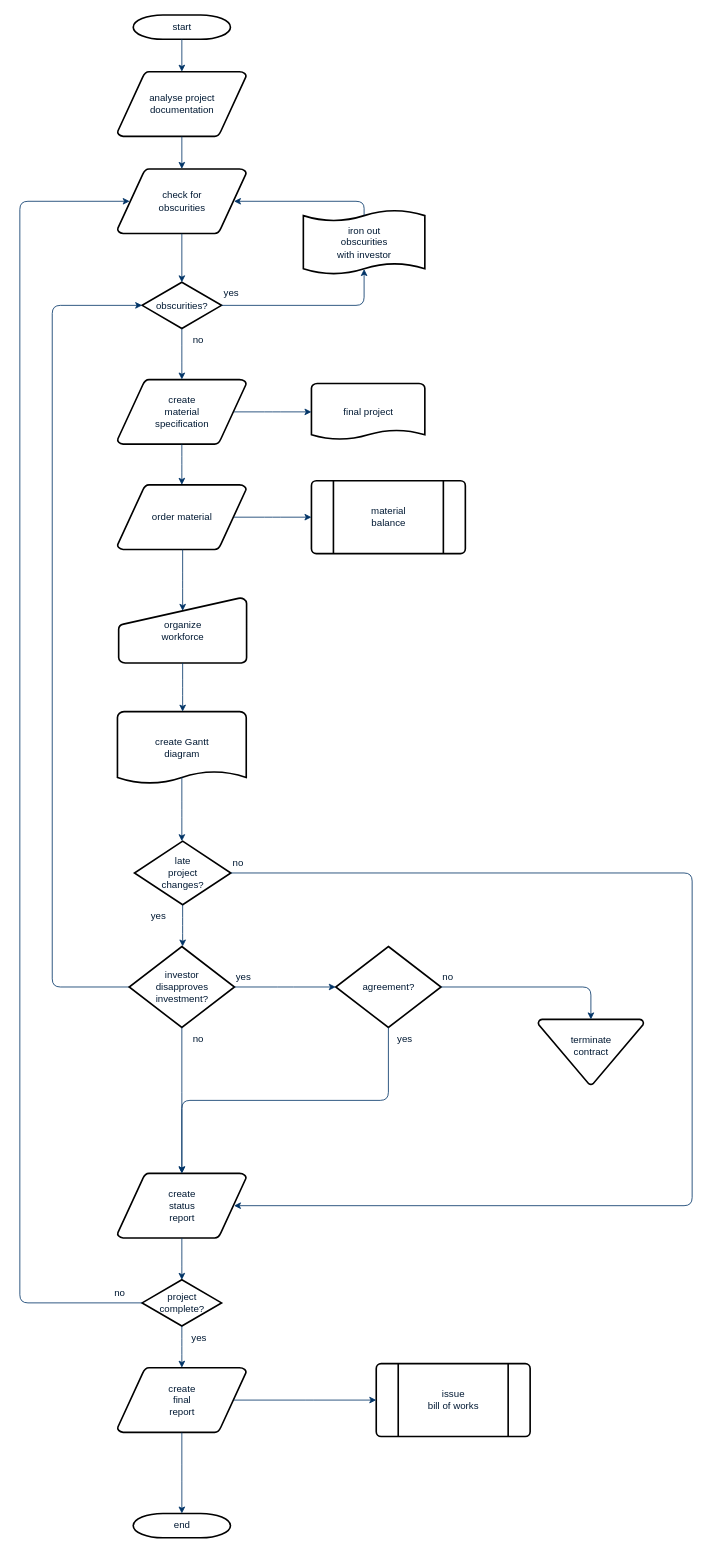
This is batch downloader.drawio from qiaoqiaoxiong/diagram, a draw.io file, before an edit. Source tidied: cells renumbered, new cells numbered last; positions are measured from the earlier drawing's top-left corner, leaving out a move shared by most shapes. Both pictures are drawn from the tidied source at 81%, with x=0, y=0 at pixel (19, 15).
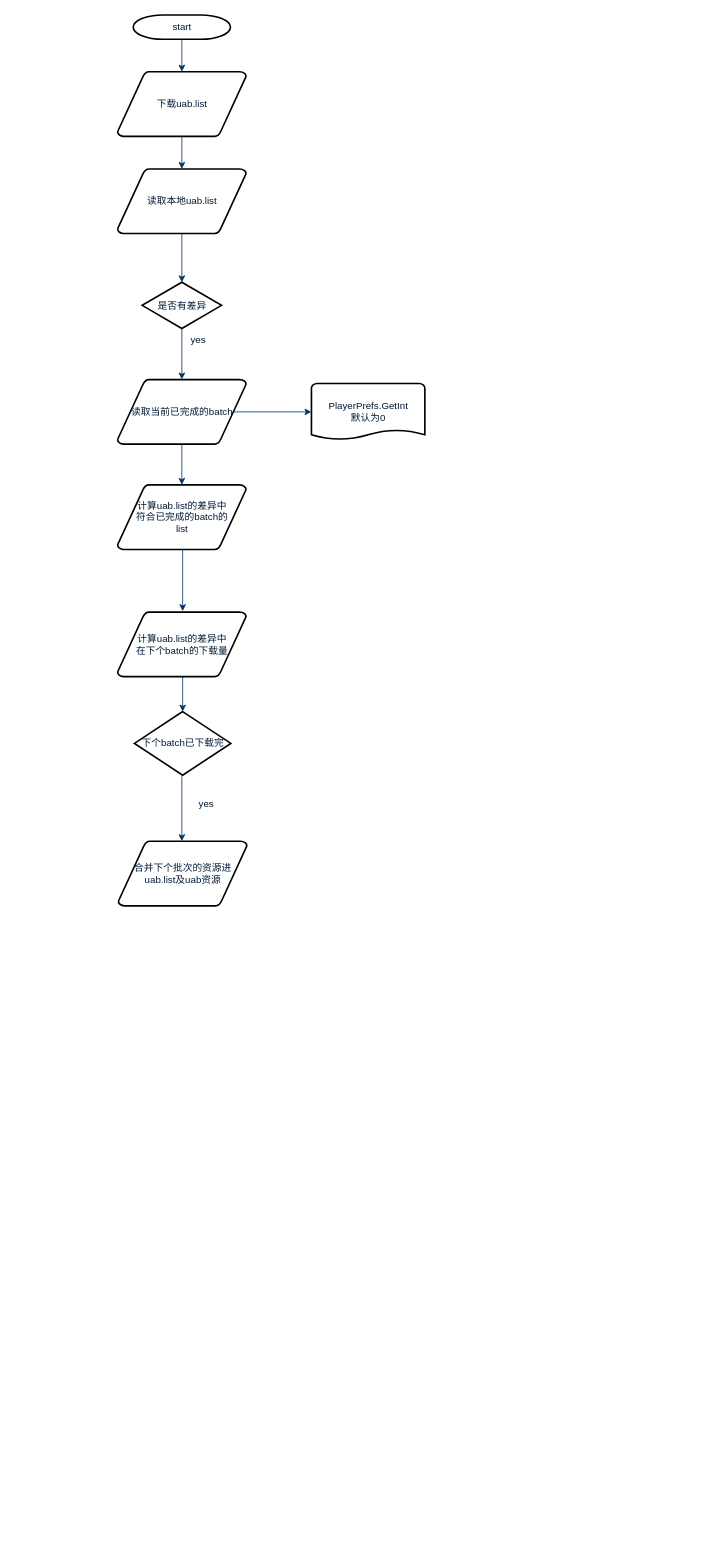
The same page after the edit.

What changed in the source:
```diff
@@
-    <mxCell id="3" value="analyse project&#10; documentation" style="shape=mxgraph.flowchart.data;fillColor=#FFFFFF;strokeColor=#000000;strokeWidth=2;gradientColor=none;gradientDirection=north;fontColor=#001933;fontStyle=0;html=1;" parent="1" vertex="1">
+    <mxCell id="3" value="下载uab.list" style="shape=mxgraph.flowchart.data;fillColor=#FFFFFF;strokeColor=#000000;strokeWidth=2;gradientColor=none;gradientDirection=north;fontColor=#001933;fontStyle=0;html=1;" parent="1" vertex="1">
       <mxGeometry x="120.5" y="70" width="159" height="80" as="geometry" />
     </mxCell>
-    <mxCell id="4" value="create&#10;material&#10;specification" style="shape=mxgraph.flowchart.data;fillColor=#FFFFFF;strokeColor=#000000;strokeWidth=2;gradientColor=none;gradientDirection=north;fontColor=#001933;fontStyle=0;html=1;" parent="1" vertex="1">
+    <mxCell id="4" value="读取当前已完成的batch" style="shape=mxgraph.flowchart.data;fillColor=#FFFFFF;strokeColor=#000000;strokeWidth=2;gradientColor=none;gradientDirection=north;fontColor=#001933;fontStyle=0;html=1;" parent="1" vertex="1">
       <mxGeometry x="120.5" y="450" width="159" height="80" as="geometry" />
     </mxCell>
-    <mxCell id="5" value="check for&#10;obscurities" style="shape=mxgraph.flowchart.data;fillColor=#FFFFFF;strokeColor=#000000;strokeWidth=2;gradientColor=none;gradientDirection=north;fontColor=#001933;fontStyle=0;html=1;" parent="1" vertex="1">
+    <mxCell id="5" value="读取本地uab.list" style="shape=mxgraph.flowchart.data;fillColor=#FFFFFF;strokeColor=#000000;strokeWidth=2;gradientColor=none;gradientDirection=north;fontColor=#001933;fontStyle=0;html=1;" parent="1" vertex="1">
       <mxGeometry x="120.5" y="190" width="159" height="80" as="geometry" />
     </mxCell>
-    <mxCell id="6" value="obscurities?" style="shape=mxgraph.flowchart.decision;fillColor=#FFFFFF;strokeColor=#000000;strokeWidth=2;gradientColor=none;gradientDirection=north;fontColor=#001933;fontStyle=0;html=1;" parent="1" vertex="1">
+    <mxCell id="6" value="是否有差异" style="shape=mxgraph.flowchart.decision;fillColor=#FFFFFF;strokeColor=#000000;strokeWidth=2;gradientColor=none;gradientDirection=north;fontColor=#001933;fontStyle=0;html=1;" parent="1" vertex="1">
       <mxGeometry x="151" y="330" width="98" height="57" as="geometry" />
     </mxCell>
@@
-    <mxCell id="10" style="edgeStyle=elbowEdgeStyle;elbow=horizontal;entryX=0.5;entryY=0.91;entryPerimeter=0;exitX=1;exitY=0.5;exitPerimeter=0;fontColor=#001933;fontStyle=1;strokeColor=#003366;strokeWidth=1;html=1;" parent="1" edge="1" source="6" target="51">
-      <mxGeometry x="381" y="28.5" as="geometry">
-        <Array as="points">
-          <mxPoint x="425" y="340" />
-        </Array>
-      </mxGeometry>
-    </mxCell>
-    <mxCell id="11" value="yes" style="text;fontColor=#001933;fontStyle=0;html=1;strokeColor=none;gradientColor=none;fillColor=none;strokeWidth=2;" parent="1" vertex="1">
-      <mxGeometry x="250" y="330" width="40" height="26" as="geometry" />
-    </mxCell>
@@
-    <mxCell id="13" value="order material" style="shape=mxgraph.flowchart.data;fillColor=#FFFFFF;strokeColor=#000000;strokeWidth=2;gradientColor=none;gradientDirection=north;fontColor=#001933;fontStyle=0;html=1;" parent="1" vertex="1">
+    <mxCell id="13" value="计算uab.list的差异中&lt;br&gt;符合已完成的batch的&lt;br&gt;list" style="shape=mxgraph.flowchart.data;fillColor=#FFFFFF;strokeColor=#000000;strokeWidth=2;gradientColor=none;gradientDirection=north;fontColor=#001933;fontStyle=0;html=1;" parent="1" vertex="1">
       <mxGeometry x="120.5" y="580" width="159" height="80" as="geometry" />
     </mxCell>
-    <mxCell id="14" value="no" style="text;fontColor=#001933;fontStyle=0;html=1;strokeColor=none;gradientColor=none;fillColor=none;strokeWidth=2;align=center;" parent="1" vertex="1">
+    <mxCell id="14" value="yes" style="text;fontColor=#001933;fontStyle=0;html=1;strokeColor=none;gradientColor=none;fillColor=none;strokeWidth=2;align=center;" parent="1" vertex="1">
       <mxGeometry x="200" y="387" width="40" height="26" as="geometry" />
     </mxCell>
-    <mxCell id="15" value="final project" style="shape=mxgraph.flowchart.document;fillColor=#FFFFFF;strokeColor=#000000;strokeWidth=2;gradientColor=none;gradientDirection=north;fontColor=#001933;fontStyle=0;html=1;" parent="1" vertex="1">
+    <mxCell id="15" value="PlayerPrefs.GetInt&lt;br&gt;默认为0" style="shape=mxgraph.flowchart.document;fillColor=#FFFFFF;strokeColor=#000000;strokeWidth=2;gradientColor=none;gradientDirection=north;fontColor=#001933;fontStyle=0;html=1;" parent="1" vertex="1">
       <mxGeometry x="360" y="455" width="140" height="70" as="geometry" />
     </mxCell>
@@
-    <mxCell id="18" value="material&#10;balance" style="shape=mxgraph.flowchart.predefined_process;fillColor=#FFFFFF;strokeColor=#000000;strokeWidth=2;gradientColor=none;gradientDirection=north;fontColor=#001933;fontStyle=0;html=1;" parent="1" vertex="1">
-      <mxGeometry x="360" y="575" width="190" height="90" as="geometry" />
-    </mxCell>
-    <mxCell id="19" style="edgeStyle=elbowEdgeStyle;elbow=horizontal;exitX=0.905;exitY=0.5;exitPerimeter=0;fontColor=#001933;fontStyle=1;strokeColor=#003366;strokeWidth=1;html=1;" parent="1" edge="1" source="13" target="18">
-      <mxGeometry as="geometry" />
-    </mxCell>
-    <mxCell id="20" value="organize &#10;workforce" style="shape=mxgraph.flowchart.manual_input;fillColor=#FFFFFF;strokeColor=#000000;strokeWidth=2;gradientColor=none;gradientDirection=north;fontColor=#001933;fontStyle=0;html=1;" parent="1" vertex="1">
-      <mxGeometry x="122" y="720" width="158" height="80" as="geometry" />
-    </mxCell>
-    <mxCell id="21" style="edgeStyle=elbowEdgeStyle;elbow=horizontal;entryX=0.5;entryY=0.195;entryPerimeter=0;fontColor=#001933;fontStyle=1;strokeColor=#003366;strokeWidth=1;html=1;" parent="1" edge="1" source="13" target="20">
-      <mxGeometry as="geometry" />
+    <mxCell id="21" style="edgeStyle=elbowEdgeStyle;elbow=horizontal;entryX=0.5;entryY=0.195;entryPerimeter=0;fontColor=#001933;fontStyle=1;strokeColor=#003366;strokeWidth=1;html=1;" parent="1" edge="1" source="13">
+      <mxGeometry as="geometry">
+        <mxPoint x="201" y="736" as="targetPoint" />
+      </mxGeometry>
     </mxCell>
-    <mxCell id="22" value="create Gantt&#10;diagram" style="shape=mxgraph.flowchart.document;fillColor=#FFFFFF;strokeColor=#000000;strokeWidth=2;gradientColor=none;gradientDirection=north;fontColor=#001933;fontStyle=0;html=1;" parent="1" vertex="1">
-      <mxGeometry x="120.5" y="860" width="159" height="90" as="geometry" />
-    </mxCell>
-    <mxCell id="23" style="edgeStyle=elbowEdgeStyle;elbow=horizontal;exitX=0.5;exitY=1;exitPerimeter=0;fontColor=#001933;fontStyle=1;strokeColor=#003366;strokeWidth=1;html=1;" parent="1" edge="1" source="20" target="22">
-      <mxGeometry as="geometry" />
+    <mxCell id="23" style="edgeStyle=elbowEdgeStyle;elbow=horizontal;exitX=0.5;exitY=1;exitPerimeter=0;fontColor=#001933;fontStyle=1;strokeColor=#003366;strokeWidth=1;html=1;" parent="1" edge="1">
+      <mxGeometry as="geometry">
+        <mxPoint x="201" y="800" as="sourcePoint" />
+        <mxPoint x="201" y="860" as="targetPoint" />
+      </mxGeometry>
     </mxCell>
-    <mxCell id="24" value="late&#10;project&#10;changes?" style="shape=mxgraph.flowchart.decision;fillColor=#FFFFFF;strokeColor=#000000;strokeWidth=2;gradientColor=none;gradientDirection=north;fontColor=#001933;fontStyle=0;html=1;" parent="1" vertex="1">
-      <mxGeometry x="141.5" y="1020" width="119" height="78.5" as="geometry" />
-    </mxCell>
-    <mxCell id="25" style="edgeStyle=elbowEdgeStyle;elbow=horizontal;exitX=0.5;exitY=0.9;exitPerimeter=0;fontColor=#001933;fontStyle=1;strokeColor=#003366;strokeWidth=1;html=1;" parent="1" edge="1" source="22" target="24">
-      <mxGeometry as="geometry" />
+    <mxCell id="25" style="edgeStyle=elbowEdgeStyle;elbow=horizontal;fontColor=#001933;fontStyle=1;strokeColor=#003366;strokeWidth=1;html=1;" parent="1" edge="1">
+      <mxGeometry as="geometry">
+        <mxPoint x="200" y="940" as="sourcePoint" />
+        <mxPoint x="200" y="1020" as="targetPoint" />
+      </mxGeometry>
     </mxCell>
-    <mxCell id="26" style="edgeStyle=elbowEdgeStyle;elbow=horizontal;exitX=0;exitY=0.5;exitPerimeter=0;entryX=0;entryY=0.5;entryPerimeter=0;fontColor=#001933;fontStyle=1;strokeColor=#003366;strokeWidth=1;html=1;" parent="1" edge="1" source="28" target="6">
-      <mxGeometry as="geometry">
-        <Array as="points">
-          <mxPoint x="40" y="790" />
-        </Array>
-      </mxGeometry>
-    </mxCell>
-    <mxCell id="27" value="yes" style="text;fontColor=#001933;fontStyle=0;html=1;strokeColor=none;gradientColor=none;fillColor=none;strokeWidth=2;" parent="1" vertex="1">
-      <mxGeometry x="160" y="1098.5" width="40" height="26" as="geometry" />
-    </mxCell>
-    <mxCell id="28" value="investor&#10;disapproves&#10; investment?" style="shape=mxgraph.flowchart.decision;fillColor=#FFFFFF;strokeColor=#000000;strokeWidth=2;gradientColor=none;gradientDirection=north;fontColor=#001933;fontStyle=0;html=1;" parent="1" vertex="1">
-      <mxGeometry x="135" y="1150" width="130" height="100" as="geometry" />
-    </mxCell>
-    <mxCell id="29" value="agreement?" style="shape=mxgraph.flowchart.decision;fillColor=#FFFFFF;strokeColor=#000000;strokeWidth=2;gradientColor=none;gradientDirection=north;fontColor=#001933;fontStyle=0;html=1;" parent="1" vertex="1">
-      <mxGeometry x="390" y="1150" width="130" height="100" as="geometry" />
-    </mxCell>
-    <mxCell id="30" style="edgeStyle=elbowEdgeStyle;elbow=horizontal;exitX=0.5;exitY=1;exitPerimeter=0;fontColor=#001933;fontStyle=1;strokeColor=#003366;strokeWidth=1;html=1;" parent="1" edge="1" source="24" target="28">
-      <mxGeometry as="geometry" />
-    </mxCell>
-    <mxCell id="31" style="edgeStyle=elbowEdgeStyle;elbow=horizontal;exitX=1;exitY=0.5;exitPerimeter=0;entryX=0;entryY=0.5;entryPerimeter=0;fontColor=#001933;fontStyle=1;strokeColor=#003366;strokeWidth=1;html=1;" parent="1" edge="1" source="28" target="29">
-      <mxGeometry as="geometry" />
-    </mxCell>
-    <mxCell id="32" value="terminate&#10;contract&#10;" style="shape=mxgraph.flowchart.merge_or_storage;fillColor=#FFFFFF;strokeColor=#000000;strokeWidth=2;gradientColor=none;gradientDirection=north;fontColor=#001933;fontStyle=0;html=1;" parent="1" vertex="1">
-      <mxGeometry x="640" y="1240" width="130" height="80.5" as="geometry" />
-    </mxCell>
-    <mxCell id="33" style="edgeStyle=elbowEdgeStyle;elbow=vertical;exitX=1;exitY=0.5;exitPerimeter=0;entryX=0.5;entryY=0;entryPerimeter=0;fontColor=#001933;fontStyle=1;strokeColor=#003366;strokeWidth=1;html=1;" parent="1" edge="1" source="29" target="32">
-      <mxGeometry as="geometry">
-        <Array as="points">
-          <mxPoint x="620" y="1200" />
-        </Array>
-      </mxGeometry>
-    </mxCell>
-    <mxCell id="34" value="create&#10;status&#10;report" style="shape=mxgraph.flowchart.data;fillColor=#FFFFFF;strokeColor=#000000;strokeWidth=2;gradientColor=none;gradientDirection=north;fontColor=#001933;fontStyle=0;html=1;" parent="1" vertex="1">
-      <mxGeometry x="120.5" y="1430" width="159" height="80" as="geometry" />
-    </mxCell>
-    <mxCell id="35" style="edgeStyle=elbowEdgeStyle;elbow=vertical;exitX=0.5;exitY=1;exitPerimeter=0;fontColor=#001933;fontStyle=1;strokeColor=#003366;strokeWidth=1;html=1;" parent="1" edge="1" source="28" target="34">
-      <mxGeometry as="geometry" />
-    </mxCell>
-    <mxCell id="36" style="edgeStyle=elbowEdgeStyle;elbow=vertical;exitX=0.5;exitY=1;exitPerimeter=0;entryX=0.5;entryY=0;entryPerimeter=0;fontColor=#001933;fontStyle=1;strokeColor=#003366;strokeWidth=1;html=1;" parent="1" edge="1" source="29" target="34">
-      <mxGeometry as="geometry" />
-    </mxCell>
-    <mxCell id="37" value="project&#10;complete?" style="shape=mxgraph.flowchart.decision;fillColor=#FFFFFF;strokeColor=#000000;strokeWidth=2;gradientColor=none;gradientDirection=north;fontColor=#001933;fontStyle=0;html=1;" parent="1" vertex="1">
-      <mxGeometry x="151" y="1561.5" width="98" height="57" as="geometry" />
-    </mxCell>
-    <mxCell id="38" value="create&#10;final&#10;report" style="shape=mxgraph.flowchart.data;fillColor=#FFFFFF;strokeColor=#000000;strokeWidth=2;gradientColor=none;gradientDirection=north;fontColor=#001933;fontStyle=0;html=1;" parent="1" vertex="1">
-      <mxGeometry x="120.5" y="1670" width="159" height="80" as="geometry" />
-    </mxCell>
-    <mxCell id="39" value="issue&#10;bill of works" style="shape=mxgraph.flowchart.predefined_process;fillColor=#FFFFFF;strokeColor=#000000;strokeWidth=2;gradientColor=none;gradientDirection=north;fontColor=#001933;fontStyle=0;html=1;" parent="1" vertex="1">
-      <mxGeometry x="440" y="1665" width="190" height="90" as="geometry" />
-    </mxCell>
-    <mxCell id="40" value="end" style="shape=mxgraph.flowchart.terminator;fillColor=#FFFFFF;strokeColor=#000000;strokeWidth=2;gradientColor=none;gradientDirection=north;fontColor=#001933;fontStyle=0;html=1;" parent="1" vertex="1">
-      <mxGeometry x="140" y="1850" width="120" height="30" as="geometry" />
-    </mxCell>
-    <mxCell id="41" style="edgeStyle=elbowEdgeStyle;elbow=vertical;exitX=0.5;exitY=1;exitPerimeter=0;entryX=0.5;entryY=0;entryPerimeter=0;fontColor=#001933;fontStyle=1;strokeColor=#003366;strokeWidth=1;html=1;" parent="1" edge="1" source="34" target="37">
-      <mxGeometry as="geometry" />
-    </mxCell>
-    <mxCell id="42" style="edgeStyle=elbowEdgeStyle;elbow=vertical;exitX=0.5;exitY=1;exitPerimeter=0;entryX=0.5;entryY=0;entryPerimeter=0;fontColor=#001933;fontStyle=1;strokeColor=#003366;strokeWidth=1;html=1;" parent="1" edge="1" source="37" target="38">
-      <mxGeometry as="geometry" />
-    </mxCell>
-    <mxCell id="43" style="edgeStyle=elbowEdgeStyle;elbow=vertical;exitX=0.5;exitY=1;exitPerimeter=0;entryX=0.5;entryY=0;entryPerimeter=0;fontColor=#001933;fontStyle=1;strokeColor=#003366;strokeWidth=1;html=1;" parent="1" edge="1" source="38" target="40">
-      <mxGeometry as="geometry" />
-    </mxCell>
-    <mxCell id="44" style="edgeStyle=elbowEdgeStyle;elbow=vertical;exitX=0.905;exitY=0.5;exitPerimeter=0;entryX=0;entryY=0.5;entryPerimeter=0;fontColor=#001933;fontStyle=1;strokeColor=#003366;strokeWidth=1;html=1;" parent="1" edge="1" source="38" target="39">
-      <mxGeometry as="geometry" />
-    </mxCell>
-    <mxCell id="45" style="edgeStyle=elbowEdgeStyle;elbow=horizontal;exitX=1;exitY=0.5;exitPerimeter=0;entryX=0.905;entryY=0.5;entryPerimeter=0;fontColor=#001933;fontStyle=1;strokeColor=#003366;strokeWidth=1;html=1;" parent="1" edge="1" source="24" target="34">
-      <mxGeometry as="geometry">
-        <Array as="points">
-          <mxPoint x="830" y="1260" />
-        </Array>
-      </mxGeometry>
-    </mxCell>
-    <mxCell id="46" value="no" style="text;fontColor=#001933;fontStyle=0;html=1;strokeColor=none;gradientColor=none;fillColor=none;strokeWidth=2;" parent="1" vertex="1">
-      <mxGeometry x="260.5" y="1033.2" width="40" height="26" as="geometry" />
-    </mxCell>
-    <mxCell id="47" value="yes" style="text;fontColor=#001933;fontStyle=0;html=1;strokeColor=none;gradientColor=none;fillColor=none;strokeWidth=2;" parent="1" vertex="1">
-      <mxGeometry x="265" y="1174" width="40" height="26" as="geometry" />
-    </mxCell>
-    <mxCell id="48" value="no" style="text;fontColor=#001933;fontStyle=0;html=1;strokeColor=none;gradientColor=none;fillColor=none;strokeWidth=2;align=center;" parent="1" vertex="1">
-      <mxGeometry x="200" y="1250" width="40" height="26" as="geometry" />
-    </mxCell>
-    <mxCell id="49" value="yes" style="text;fontColor=#001933;fontStyle=0;html=1;strokeColor=none;gradientColor=none;fillColor=none;strokeWidth=2;align=center;" parent="1" vertex="1">
-      <mxGeometry x="455" y="1250" width="40" height="26" as="geometry" />
-    </mxCell>
-    <mxCell id="50" value="no" style="text;fontColor=#001933;fontStyle=0;html=1;strokeColor=none;gradientColor=none;fillColor=none;strokeWidth=2;" parent="1" vertex="1">
-      <mxGeometry x="520" y="1174" width="40" height="26" as="geometry" />
-    </mxCell>
-    <mxCell id="51" value="iron out&#10;obscurities &#10;with investor" style="shape=mxgraph.flowchart.paper_tape;fillColor=#FFFFFF;strokeColor=#000000;strokeWidth=2;gradientColor=none;gradientDirection=north;fontColor=#001933;fontStyle=0;html=1;" parent="1" vertex="1">
-      <mxGeometry x="350" y="240" width="150" height="81" as="geometry" />
-    </mxCell>
-    <mxCell id="52" style="edgeStyle=elbowEdgeStyle;elbow=horizontal;exitX=0.5;exitY=0.09;exitPerimeter=0;entryX=0.905;entryY=0.5;entryPerimeter=0;fontColor=#001933;fontStyle=1;strokeColor=#003366;strokeWidth=1;html=1;" parent="1" edge="1" source="51" target="5">
-      <mxGeometry as="geometry">
-        <Array as="points">
-          <mxPoint x="425" y="240" />
-        </Array>
-      </mxGeometry>
-    </mxCell>
-    <mxCell id="53" value="yes" style="text;fontColor=#001933;fontStyle=0;html=1;strokeColor=none;gradientColor=none;fillColor=none;strokeWidth=2;align=center;" parent="1" vertex="1">
-      <mxGeometry x="201" y="1620" width="40" height="26" as="geometry" />
-    </mxCell>
-    <mxCell id="54" style="edgeStyle=elbowEdgeStyle;elbow=horizontal;exitX=0;exitY=0.5;exitPerimeter=0;entryX=0.095;entryY=0.5;entryPerimeter=0;fontColor=#001933;fontStyle=1;strokeColor=#003366;strokeWidth=1;html=1;" parent="1" edge="1" source="37" target="5">
-      <mxGeometry as="geometry">
-        <Array as="points">
-          <mxPoint y="910" />
-        </Array>
-      </mxGeometry>
-    </mxCell>
-    <mxCell id="55" value="no" style="text;fontColor=#001933;fontStyle=0;html=1;strokeColor=none;gradientColor=none;fillColor=none;strokeWidth=2;" parent="1" vertex="1">
-      <mxGeometry x="115" y="1564" width="40" height="26" as="geometry" />
-    </mxCell>
+    <mxCell id="56" value="计算uab.list的差异中&lt;br&gt;在下个batch的下载量" style="shape=mxgraph.flowchart.data;fillColor=#FFFFFF;strokeColor=#000000;strokeWidth=2;gradientColor=none;gradientDirection=north;fontColor=#001933;fontStyle=0;html=1;" parent="1" vertex="1">
+      <mxGeometry x="120.5" y="737" width="159" height="80" as="geometry" />
+    </mxCell>
+    <mxCell id="57" value="下个batch已下载完" style="shape=mxgraph.flowchart.decision;fillColor=#FFFFFF;strokeColor=#000000;strokeWidth=2;gradientColor=none;gradientDirection=north;fontColor=#001933;fontStyle=0;html=1;" parent="1" vertex="1">
+      <mxGeometry x="141.5" y="860" width="119" height="78.5" as="geometry" />
+    </mxCell>
+    <mxCell id="58" value="合并下个批次的资源进&lt;br&gt;uab.list及uab资源" style="shape=mxgraph.flowchart.data;fillColor=#FFFFFF;strokeColor=#000000;strokeWidth=2;gradientColor=none;gradientDirection=north;fontColor=#001933;fontStyle=0;html=1;" parent="1" vertex="1">
+      <mxGeometry x="121.5" y="1020" width="159" height="80" as="geometry" />
+    </mxCell>
+    <mxCell id="59" value="yes" style="text;fontColor=#001933;fontStyle=0;html=1;strokeColor=none;gradientColor=none;fillColor=none;strokeWidth=2;align=center;" parent="1" vertex="1">
+      <mxGeometry x="210" y="960" width="40" height="26" as="geometry" />
+    </mxCell>
```
